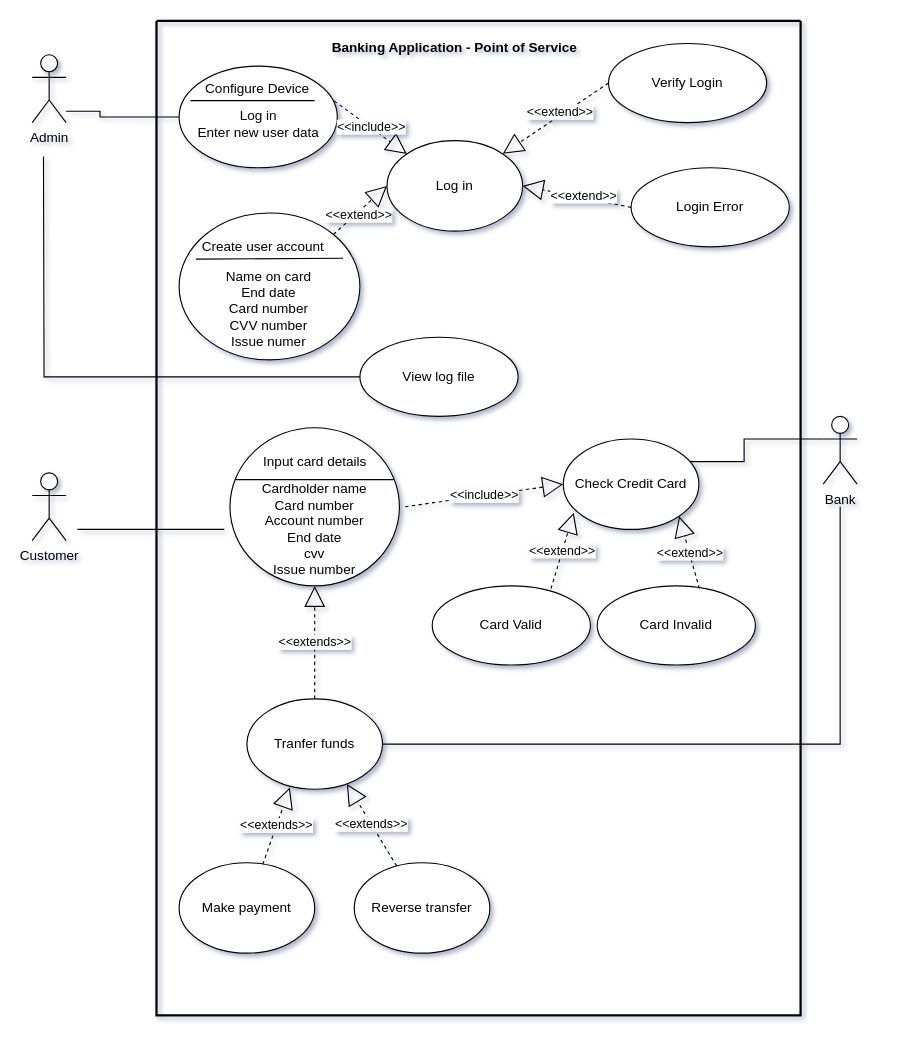
Before: docs/UMLDiagrams/UsecaseDiagram.drawio in TomStrong/Com528-Assessment, a draw.io diagram. Source tidied: cells renumbered, new cells numbered last; positions are measured from the earlier drawing's top-left corner, leaving out a move shared by most shapes. Both pictures are drawn from the tidied source at 113%, with x=0, y=0 at pixel (32, 20).
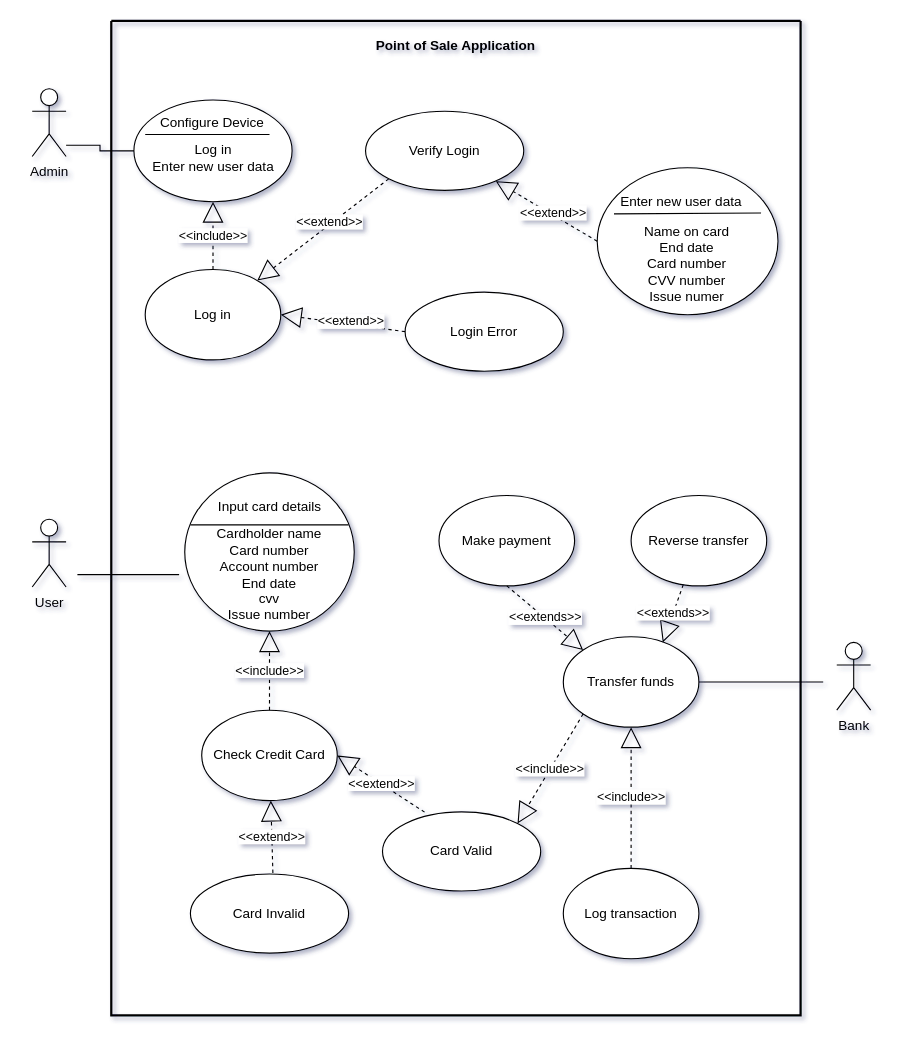
After the change.

Commit message (it also covers changes not shown here):
Updated use case diagram and edited design doc

Unchanged cells that the change refers to:
```xml
<mxCell id="16" value="Cardholder name&lt;br&gt;Card number&lt;br&gt;Account number&lt;br&gt;End date&lt;br&gt;cvv&lt;br&gt;Issue number" style="text;html=1;strokeColor=none;fillColor=none;align=center;verticalAlign=middle;whiteSpace=wrap;rounded=0;" parent="13" vertex="1">
  <mxGeometry y="30" width="160" height="120" as="geometry" />
</mxCell>
```

Change to the diagram source:
```diff
@@
     <mxCell id="2" style="swimlane;startSize=0;strokeWidth=2;" parent="1" vertex="1">
-      <mxGeometry x="110" width="570" height="880" as="geometry" />
+      <mxGeometry x="70" width="610" height="880" as="geometry" />
     </mxCell>
     <mxCell id="3" value="Check Credit Card" style="ellipse;whiteSpace=wrap;html=1;" parent="2" vertex="1">
-      <mxGeometry x="360" y="370" width="120" height="80" as="geometry" />
+      <mxGeometry x="80" y="610" width="120" height="80" as="geometry" />
     </mxCell>
-    <mxCell id="4" value="Tranfer funds" style="ellipse;whiteSpace=wrap;html=1;" parent="2" vertex="1">
-      <mxGeometry x="80" y="600" width="120" height="80" as="geometry" />
-    </mxCell>
-    <mxCell id="5" value="Reverse transfer" style="ellipse;whiteSpace=wrap;html=1;" parent="2" vertex="1">
-      <mxGeometry x="175" y="745" width="120" height="80" as="geometry" />
-    </mxCell>
-    <mxCell id="6" value="Make payment" style="ellipse;whiteSpace=wrap;html=1;" parent="2" vertex="1">
-      <mxGeometry x="20" y="745" width="120" height="80" as="geometry" />
-    </mxCell>
     <mxCell id="7" value="Log in" style="ellipse;whiteSpace=wrap;html=1;" parent="2" vertex="1">
-      <mxGeometry x="204" y="106" width="120" height="80" as="geometry" />
+      <mxGeometry x="30" y="220" width="120" height="80" as="geometry" />
     </mxCell>
     <mxCell id="8" value="Card Valid" style="ellipse;whiteSpace=wrap;html=1;" parent="2" vertex="1">
-      <mxGeometry x="244" y="500" width="140" height="70" as="geometry" />
+      <mxGeometry x="240" y="700" width="140" height="70" as="geometry" />
     </mxCell>
     <mxCell id="9" value="Card Invalid" style="ellipse;whiteSpace=wrap;html=1;" parent="2" vertex="1">
-      <mxGeometry x="390" y="500" width="140" height="70" as="geometry" />
+      <mxGeometry x="70" y="755" width="140" height="70" as="geometry" />
     </mxCell>
     <mxCell id="10" value="Verify Login" style="ellipse;whiteSpace=wrap;html=1;" parent="2" vertex="1">
-      <mxGeometry x="400" y="20" width="140" height="70" as="geometry" />
+      <mxGeometry x="225" y="80" width="140" height="70" as="geometry" />
     </mxCell>
     <mxCell id="11" value="Login Error" style="ellipse;whiteSpace=wrap;html=1;" parent="2" vertex="1">
-      <mxGeometry x="420" y="130" width="140" height="70" as="geometry" />
+      <mxGeometry x="260" y="240" width="140" height="70" as="geometry" />
     </mxCell>
-    <mxCell id="12" value="Banking Application - Point of Service" style="text;align=center;fontStyle=1;verticalAlign=middle;spacingLeft=3;spacingRight=3;strokeColor=none;" parent="2" vertex="1">
-      <mxGeometry x="144" y="10" width="240" height="26" as="geometry" />
+    <mxCell id="12" value="Point of Sale Application" style="text;align=center;fontStyle=1;verticalAlign=middle;spacingLeft=3;spacingRight=3;strokeColor=none;" parent="2" vertex="1">
+      <mxGeometry x="185" y="8" width="240" height="26" as="geometry" />
     </mxCell>
     <mxCell id="13" style="group;" parent="2" vertex="1">
-      <mxGeometry x="60" y="360" width="160" height="150" as="geometry" />
+      <mxGeometry x="60" y="400" width="160" height="150" as="geometry" />
     </mxCell>
@@
-    <mxCell id="18" value="&amp;lt;&amp;lt;extend&amp;gt;&amp;gt;" style="endArrow=block;endSize=16;endFill=0;html=1;rounded=0;dashed=1;exitX=0;exitY=0.5;exitDx=0;exitDy=0;" parent="2" edge="1" source="10" target="7">
+    <mxCell id="18" value="&amp;lt;&amp;lt;extend&amp;gt;&amp;gt;" style="endArrow=block;endSize=16;endFill=0;html=1;rounded=0;dashed=1;exitX=0;exitY=1;exitDx=0;exitDy=0;" parent="2" edge="1" source="10" target="7">
       <mxGeometry x="-0.12" y="-2" relative="1" as="geometry" />
     </mxCell>
-    <mxCell id="19" value="&amp;lt;&amp;lt;include&amp;gt;&amp;gt;" style="endArrow=block;endSize=16;endFill=0;html=1;rounded=0;dashed=1;entryX=0;entryY=0.5;entryDx=0;entryDy=0;exitX=1;exitY=0.333;exitDx=0;exitDy=0;exitPerimeter=0;" parent="2" edge="1" source="16" target="3">
-      <mxGeometry relative="1" as="geometry" />
+    <mxCell id="19" value="&amp;lt;&amp;lt;include&amp;gt;&amp;gt;" style="endArrow=block;endSize=16;endFill=0;html=1;rounded=0;dashed=1;exitX=0.5;exitY=0;exitDx=0;exitDy=0;" parent="2" edge="1" source="3">
+      <mxGeometry relative="1" as="geometry">
+        <mxPoint x="140" y="540" as="targetPoint" />
+      </mxGeometry>
     </mxCell>
-    <mxCell id="20" value="&amp;lt;&amp;lt;extend&amp;gt;&amp;gt;" style="endArrow=block;endSize=16;endFill=0;html=1;rounded=0;dashed=1;exitX=0.646;exitY=0.034;exitDx=0;exitDy=0;entryX=1;entryY=1;entryDx=0;entryDy=0;exitPerimeter=0;" parent="2" edge="1" source="9" target="3">
-      <mxGeometry relative="1" as="geometry" />
+    <mxCell id="20" value="&amp;lt;&amp;lt;extend&amp;gt;&amp;gt;" style="endArrow=block;endSize=16;endFill=0;html=1;rounded=0;dashed=1;" parent="2" edge="1" target="3">
+      <mxGeometry relative="1" as="geometry">
+        <mxPoint x="143" y="754" as="sourcePoint" />
+      </mxGeometry>
     </mxCell>
-    <mxCell id="21" value="&amp;lt;&amp;lt;extends&amp;gt;&amp;gt;" style="endArrow=block;endSize=16;endFill=0;html=1;rounded=0;dashed=1;entryX=0.737;entryY=0.94;entryDx=0;entryDy=0;entryPerimeter=0;" parent="2" edge="1" source="5" target="4">
-      <mxGeometry relative="1" as="geometry" />
-    </mxCell>
-    <mxCell id="22" value="&amp;lt;&amp;lt;extends&amp;gt;&amp;gt;" style="endArrow=block;endSize=16;endFill=0;html=1;rounded=0;dashed=1;entryX=0.317;entryY=0.98;entryDx=0;entryDy=0;entryPerimeter=0;exitX=0.617;exitY=0.018;exitDx=0;exitDy=0;exitPerimeter=0;" parent="2" edge="1" source="6" target="4">
-      <mxGeometry relative="1" as="geometry" />
-    </mxCell>
-    <mxCell id="23" value="&amp;lt;&amp;lt;extends&amp;gt;&amp;gt;" style="endArrow=block;endSize=16;endFill=0;html=1;rounded=0;dashed=1;entryX=0.737;entryY=0.94;entryDx=0;entryDy=0;entryPerimeter=0;exitX=0.5;exitY=0;exitDx=0;exitDy=0;" parent="2" edge="1" source="4">
-      <mxGeometry relative="1" as="geometry">
-        <mxPoint x="140" y="500" as="targetPoint" />
-      </mxGeometry>
-    </mxCell>
-    <mxCell id="24" value="&amp;lt;&amp;lt;extend&amp;gt;&amp;gt;" style="endArrow=block;endSize=16;endFill=0;html=1;rounded=0;dashed=1;exitX=0.751;exitY=0.034;exitDx=0;exitDy=0;exitPerimeter=0;entryX=0.077;entryY=0.815;entryDx=0;entryDy=0;entryPerimeter=0;" parent="2" edge="1" source="8" target="3">
+    <mxCell id="24" value="&amp;lt;&amp;lt;extend&amp;gt;&amp;gt;" style="endArrow=block;endSize=16;endFill=0;html=1;rounded=0;dashed=1;exitX=0.266;exitY=0.003;exitDx=0;exitDy=0;exitPerimeter=0;entryX=1;entryY=0.5;entryDx=0;entryDy=0;" parent="2" edge="1" source="8" target="3">
       <mxGeometry relative="1" as="geometry" />
     </mxCell>
     <mxCell id="25" style="ellipse;whiteSpace=wrap;html=1;labelBackgroundColor=default;" parent="2" vertex="1">
-      <mxGeometry x="20" y="40" width="140" height="90" as="geometry" />
+      <mxGeometry x="20" y="70" width="140" height="90" as="geometry" />
     </mxCell>
-    <mxCell id="26" value="View log file" style="ellipse;whiteSpace=wrap;html=1;labelBackgroundColor=default;" parent="2" vertex="1">
-      <mxGeometry x="180" y="280" width="140" height="70" as="geometry" />
-    </mxCell>
     <mxCell id="27" style="endArrow=none;html=1;rounded=0;" parent="2" edge="1">
       <mxGeometry relative="1" as="geometry">
-        <mxPoint x="30" y="70.5" as="sourcePoint" />
-        <mxPoint x="140" y="70.5" as="targetPoint" />
+        <mxPoint x="30" y="100.5" as="sourcePoint" />
+        <mxPoint x="140" y="100.5" as="targetPoint" />
       </mxGeometry>
     </mxCell>
@@
     <mxCell id="29" value="Configure Device" style="text;html=1;align=center;verticalAlign=middle;strokeColor=none;fillColor=none;" parent="2" vertex="1">
-      <mxGeometry x="34" y="50" width="110" height="20" as="geometry" />
+      <mxGeometry x="34" y="80" width="110" height="20" as="geometry" />
     </mxCell>
     <mxCell id="30" value="Log in&lt;br&gt;Enter new user data" style="text;html=1;align=center;verticalAlign=middle;strokeColor=none;fillColor=none;" parent="2" vertex="1">
-      <mxGeometry x="30" y="76" width="120" height="30" as="geometry" />
+      <mxGeometry x="30" y="106" width="120" height="30" as="geometry" />
     </mxCell>
-    <mxCell id="31" value="&amp;lt;&amp;lt;include&amp;gt;&amp;gt;" style="endArrow=block;endSize=16;endFill=0;html=1;rounded=0;dashed=1;exitX=0.98;exitY=0.342;exitDx=0;exitDy=0;entryX=0;entryY=0;entryDx=0;entryDy=0;exitPerimeter=0;" parent="2" edge="1" source="25" target="7">
+    <mxCell id="31" value="&amp;lt;&amp;lt;include&amp;gt;&amp;gt;" style="endArrow=block;endSize=16;endFill=0;html=1;rounded=0;dashed=1;exitX=0.5;exitY=0;exitDx=0;exitDy=0;entryX=0.5;entryY=1;entryDx=0;entryDy=0;" parent="2" edge="1" source="7" target="25">
       <mxGeometry relative="1" as="geometry" />
     </mxCell>
+    <mxCell id="33" value="&amp;lt;&amp;lt;extend&amp;gt;&amp;gt;" style="endArrow=block;endSize=16;endFill=0;html=1;rounded=0;dashed=1;exitX=0;exitY=0.5;exitDx=0;exitDy=0;" parent="2" edge="1" source="32" target="10">
+      <mxGeometry x="-0.12" y="-2" relative="1" as="geometry" />
+    </mxCell>
+    <mxCell id="45" style="group;" parent="2" vertex="1">
+      <mxGeometry x="430" y="130" width="160" height="130" as="geometry" />
+    </mxCell>
-    <mxCell id="32" style="ellipse;whiteSpace=wrap;html=1;" parent="2" vertex="1">
-      <mxGeometry x="20" y="170" width="160" height="130" as="geometry" />
+    <mxCell id="32" style="ellipse;whiteSpace=wrap;html=1;" parent="45" vertex="1">
+      <mxGeometry width="160" height="130" as="geometry" />
     </mxCell>
-    <mxCell id="33" value="&amp;lt;&amp;lt;extend&amp;gt;&amp;gt;" style="endArrow=block;endSize=16;endFill=0;html=1;rounded=0;dashed=1;exitX=1;exitY=0;exitDx=0;exitDy=0;entryX=0;entryY=0.5;entryDx=0;entryDy=0;" parent="2" edge="1" source="32" target="7">
-      <mxGeometry x="-0.12" y="-2" relative="1" as="geometry" />
-    </mxCell>
-    <mxCell id="34" value="Create user account" style="text;html=1;align=center;verticalAlign=middle;points=[];strokeColor=none;fillColor=none;" parent="2" vertex="1">
-      <mxGeometry x="34" y="190" width="120" height="20" as="geometry" />
+    <mxCell id="34" value="Enter new user data" style="text;html=1;align=center;verticalAlign=middle;points=[];strokeColor=none;fillColor=none;" parent="45" vertex="1">
+      <mxGeometry x="14" y="20" width="120" height="20" as="geometry" />
     </mxCell>
-    <mxCell id="35" value="Name on card&lt;br&gt;End date&lt;br&gt;Card number&lt;br&gt;CVV number&lt;br&gt;Issue numer" style="text;html=1;align=center;verticalAlign=middle;strokeColor=none;fillColor=none;" parent="2" vertex="1">
-      <mxGeometry x="54" y="220" width="90" height="70" as="geometry" />
+    <mxCell id="35" value="Name on card&lt;br&gt;End date&lt;br&gt;Card number&lt;br&gt;CVV number&lt;br&gt;Issue numer" style="text;html=1;align=center;verticalAlign=middle;strokeColor=none;fillColor=none;" parent="45" vertex="1">
+      <mxGeometry x="34" y="50" width="90" height="70" as="geometry" />
     </mxCell>
-    <mxCell id="36" style="endArrow=none;html=1;rounded=0;exitX=0.007;exitY=1.04;exitDx=0;exitDy=0;exitPerimeter=0;" parent="2" edge="1" source="34">
+    <mxCell id="36" style="endArrow=none;html=1;rounded=0;exitX=0.007;exitY=1.04;exitDx=0;exitDy=0;exitPerimeter=0;" parent="45" edge="1" source="34">
       <mxGeometry relative="1" as="geometry">
-        <mxPoint x="165" y="210" as="targetPoint" />
+        <mxPoint x="145" y="40" as="targetPoint" />
       </mxGeometry>
     </mxCell>
+    <mxCell id="46" value="Transfer funds" style="ellipse;whiteSpace=wrap;html=1;" parent="2" vertex="1">
+      <mxGeometry x="400" y="545" width="120" height="80" as="geometry" />
+    </mxCell>
+    <mxCell id="5" value="Reverse transfer" style="ellipse;whiteSpace=wrap;html=1;" parent="2" vertex="1">
+      <mxGeometry x="460" y="420" width="120" height="80" as="geometry" />
+    </mxCell>
+    <mxCell id="6" value="Make payment" style="ellipse;whiteSpace=wrap;html=1;" parent="2" vertex="1">
+      <mxGeometry x="290" y="420" width="120" height="80" as="geometry" />
+    </mxCell>
+    <mxCell id="47" value="&amp;lt;&amp;lt;extends&amp;gt;&amp;gt;" style="endArrow=block;endSize=16;endFill=0;html=1;rounded=0;dashed=1;" parent="2" edge="1" source="5">
+      <mxGeometry relative="1" as="geometry">
+        <mxPoint x="488" y="550" as="targetPoint" />
+      </mxGeometry>
+    </mxCell>
+    <mxCell id="48" value="&amp;lt;&amp;lt;extends&amp;gt;&amp;gt;" style="endArrow=block;endSize=16;endFill=0;html=1;rounded=0;dashed=1;entryX=0;entryY=0;entryDx=0;entryDy=0;exitX=0.5;exitY=1;exitDx=0;exitDy=0;" parent="2" edge="1" source="6" target="46">
+      <mxGeometry relative="1" as="geometry" />
+    </mxCell>
+    <mxCell id="49" value="Log transaction" style="ellipse;whiteSpace=wrap;html=1;" parent="2" vertex="1">
+      <mxGeometry x="400" y="750" width="120" height="80" as="geometry" />
+    </mxCell>
+    <mxCell id="50" value="&amp;lt;&amp;lt;include&amp;gt;&amp;gt;" style="endArrow=block;endSize=16;endFill=0;html=1;rounded=0;dashed=1;exitX=0.5;exitY=0;exitDx=0;exitDy=0;" parent="2" edge="1" source="49" target="46">
+      <mxGeometry relative="1" as="geometry" />
+    </mxCell>
+    <mxCell id="51" value="&amp;lt;&amp;lt;include&amp;gt;&amp;gt;" style="endArrow=block;endSize=16;endFill=0;html=1;rounded=0;dashed=1;exitX=0;exitY=1;exitDx=0;exitDy=0;entryX=1;entryY=0;entryDx=0;entryDy=0;" parent="2" edge="1" source="46" target="8">
+      <mxGeometry relative="1" as="geometry" />
+    </mxCell>
-    <mxCell id="37" style="edgeStyle=orthogonalEdgeStyle;rounded=0;jettySize=auto;html=1;endArrow=none;endFill=0;" parent="1" edge="1" target="4">
+    <mxCell id="37" style="edgeStyle=orthogonalEdgeStyle;rounded=0;jettySize=auto;html=1;endArrow=none;endFill=0;entryX=1;entryY=0.5;entryDx=0;entryDy=0;" parent="1" edge="1" target="46">
       <mxGeometry relative="1" as="geometry">
-        <mxPoint x="715" y="430" as="sourcePoint" />
+        <mxPoint x="700" y="585" as="sourcePoint" />
         <Array as="points">
-          <mxPoint x="715" y="640" />
+          <mxPoint x="700" y="585" />
+          <mxPoint x="700" y="585" />
         </Array>
       </mxGeometry>
     </mxCell>
-    <mxCell id="38" style="edgeStyle=orthogonalEdgeStyle;rounded=0;jettySize=auto;html=1;endArrow=none;endFill=0;exitX=0;exitY=0.3333333333333333;exitDx=0;exitDy=0;exitPerimeter=0;" parent="1" edge="1" source="39" target="3">
-      <mxGeometry relative="1" as="geometry">
-        <Array as="points">
-          <mxPoint x="630" y="370" />
-          <mxPoint x="630" y="390" />
-        </Array>
-      </mxGeometry>
-    </mxCell>
     <mxCell id="39" value="Bank" style="shape=umlActor;verticalLabelPosition=bottom;verticalAlign=top;html=1;outlineConnect=0;" parent="1" vertex="1">
-      <mxGeometry x="700" y="350" width="30" height="60" as="geometry" />
+      <mxGeometry x="712" y="550" width="30" height="60" as="geometry" />
     </mxCell>
-    <mxCell id="40" value="Customer" style="shape=umlActor;verticalLabelPosition=bottom;verticalAlign=top;html=1;" parent="1" vertex="1">
-      <mxGeometry y="400" width="30" height="60" as="geometry" />
+    <mxCell id="40" value="User" style="shape=umlActor;verticalLabelPosition=bottom;verticalAlign=top;html=1;" parent="1" vertex="1">
+      <mxGeometry y="441" width="30" height="60" as="geometry" />
     </mxCell>
     <mxCell id="41" value="Admin" style="shape=umlActor;verticalLabelPosition=bottom;verticalAlign=top;html=1;outlineConnect=0;" parent="1" vertex="1">
-      <mxGeometry y="30" width="30" height="60" as="geometry" />
+      <mxGeometry y="60" width="30" height="60" as="geometry" />
     </mxCell>
     <mxCell id="42" style="edgeStyle=orthogonalEdgeStyle;rounded=0;jettySize=auto;html=1;exitX=0;exitY=0.5;exitDx=0;exitDy=0;endArrow=none;endFill=0;" parent="1" edge="1" source="16">
       <mxGeometry relative="1" as="geometry">
-        <mxPoint x="40" y="450" as="targetPoint" />
+        <mxPoint x="40" y="490" as="targetPoint" />
       </mxGeometry>
     </mxCell>
     <mxCell id="43" style="edgeStyle=orthogonalEdgeStyle;rounded=0;jettySize=auto;html=1;exitX=0;exitY=0.5;exitDx=0;exitDy=0;endArrow=none;endFill=0;" parent="1" edge="1" source="25" target="41">
       <mxGeometry relative="1" as="geometry">
         <Array as="points">
-          <mxPoint x="60" y="85" />
-          <mxPoint x="60" y="80" />
+          <mxPoint x="60" y="115" />
+          <mxPoint x="60" y="110" />
         </Array>
       </mxGeometry>
     </mxCell>
-    <mxCell id="44" style="edgeStyle=orthogonalEdgeStyle;rounded=0;jettySize=auto;html=1;exitX=0;exitY=0.5;exitDx=0;exitDy=0;endArrow=none;endFill=0;" parent="1" edge="1" source="26">
-      <mxGeometry relative="1" as="geometry">
-        <mxPoint x="10" y="120" as="targetPoint" />
-      </mxGeometry>
-    </mxCell>
```
